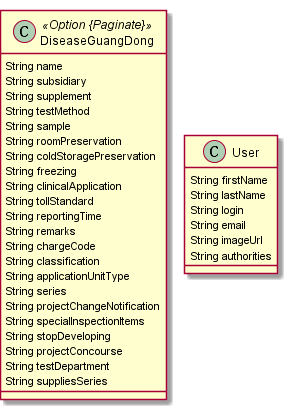
This is xianProject.png from niudai/Kingmed, a PlantUML export, as it was before one commit. The source it was exported from:
```plantuml
@startuml
	!pragma graphviz_dot jdot
	!pragma syntax class
	class DiseaseGuangDong <<Option {Paginate}>> {
		String name
		String subsidiary
		String supplement
		String testMethod
		String sample
		String roomPreservation
		String coldStoragePreservation
		String freezing
		String clinicalApplication
		String tollStandard
		String reportingTime
		String remarks
		String chargeCode
		String classification
		String applicationUnitType
		String series
		String projectChangeNotification
		String specialInspectionItems
		String stopDeveloping
		String projectConcourse
		String testDepartment
		String suppliesSeries
	}
	class User  {
		String firstName
		String lastName
		String login
		String email
		String imageUrl
		String authorities
	}
@enduml
```
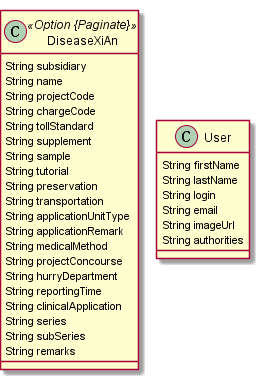
Later version of the same file.

Change to the diagram source:
```diff
@@ -1,29 +1,27 @@
 @startuml
 	!pragma graphviz_dot jdot
 	!pragma syntax class
-	class DiseaseGuangDong <<Option {Paginate}>> {
+	class DiseaseXiAn <<Option {Paginate}>> {
+		String subsidiary
 		String name
-		String subsidiary
+		String projectCode
+		String chargeCode
+		String tollStandard
 		String supplement
-		String testMethod
 		String sample
-		String roomPreservation
-		String coldStoragePreservation
-		String freezing
+		String tutorial
+		String preservation
+		String transportation
+		String applicationUnitType
+		String applicationRemark
+		String medicalMethod
+		String projectConcourse
+		String hurryDepartment
+		String reportingTime
 		String clinicalApplication
-		String tollStandard
-		String reportingTime
+		String series
+		String subSeries
 		String remarks
-		String chargeCode
-		String classification
-		String applicationUnitType
-		String series
-		String projectChangeNotification
-		String specialInspectionItems
-		String stopDeveloping
-		String projectConcourse
-		String testDepartment
-		String suppliesSeries
 	}
 	class User  {
 		String firstName
```
